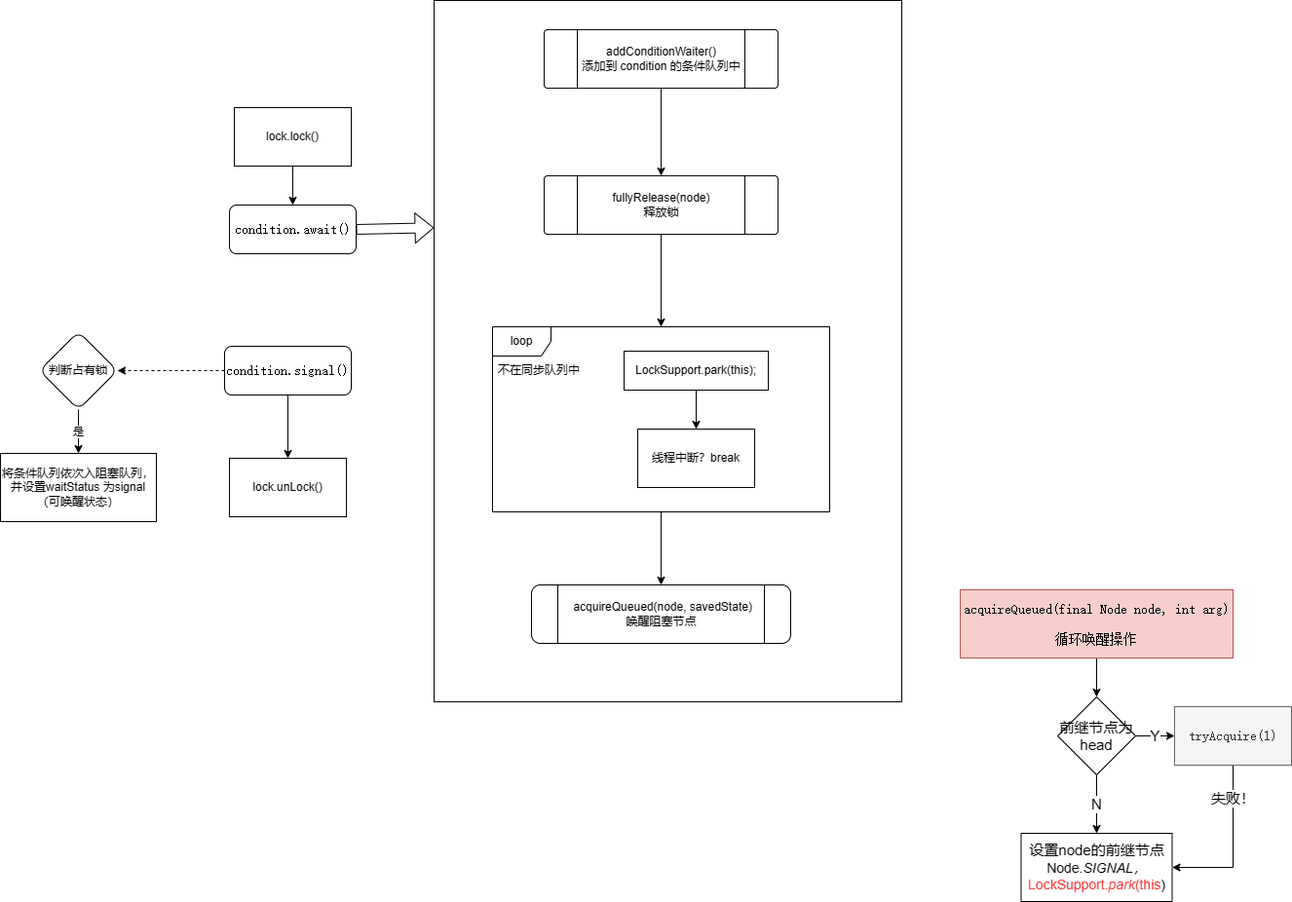
Before: my/AQS-条件队列.png, a diagram exported from draw.io (212802liu/iodraw-files). Source tidied: cells renumbered, new cells last; positions are measured from the earlier drawing's top-left corner, leaving out a move shared by most shapes.
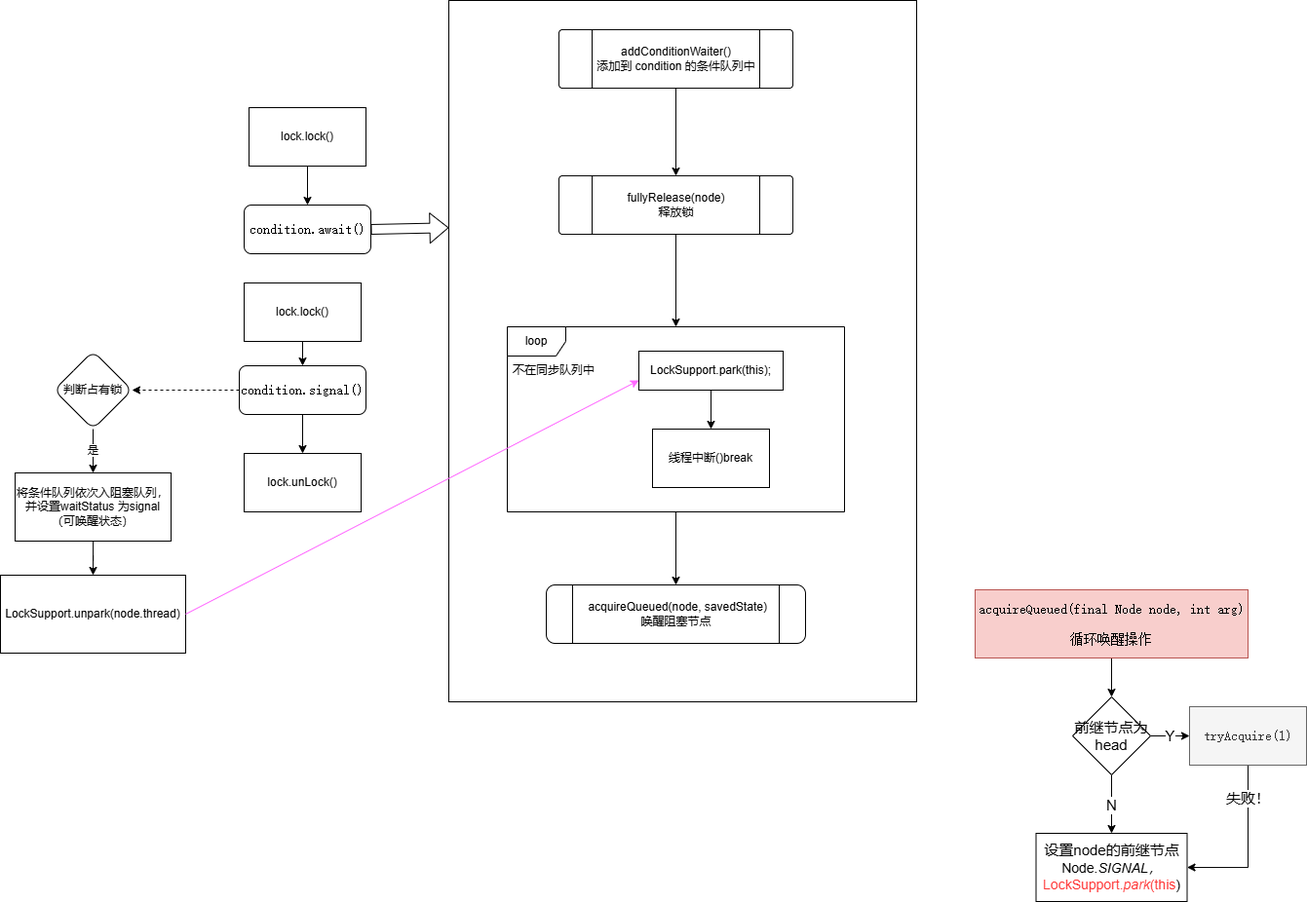
The same diagram one commit later.

Commit message:
条件队列修改

Diff of the diagram source:
```diff
@@ -32,7 +32,7 @@
     <mxCell id="11" value="LockSupport.park(this);" style="rounded=0;whiteSpace=wrap;html=1;" parent="1" vertex="1">
       <mxGeometry x="640" y="360" width="148" height="40" as="geometry" />
     </mxCell>
-    <mxCell id="12" value="线程中断？break" style="rounded=0;whiteSpace=wrap;html=1;" parent="1" vertex="1">
+    <mxCell id="12" value="线程中断()break" style="rounded=0;whiteSpace=wrap;html=1;" parent="1" vertex="1">
       <mxGeometry x="654" y="440" width="120" height="60" as="geometry" />
     </mxCell>
     <mxCell id="13" value="不在同步队列中" style="text;html=1;strokeColor=none;fillColor=none;align=center;verticalAlign=middle;whiteSpace=wrap;rounded=0;" parent="1" vertex="1">
@@ -75,16 +75,19 @@
       <mxGeometry relative="1" as="geometry" />
     </mxCell>
     <mxCell id="26" value="&lt;div style=&quot;font-family: &amp;#34;jetbrains mono&amp;#34; , monospace ; font-size: 10.5pt&quot;&gt;&lt;pre&gt;condition.signal()&lt;/pre&gt;&lt;/div&gt;" style="rounded=1;whiteSpace=wrap;html=1;labelBackgroundColor=none;" parent="1" vertex="1">
-      <mxGeometry x="230" y="355" width="130" height="50" as="geometry" />
+      <mxGeometry x="230" y="375" width="130" height="50" as="geometry" />
     </mxCell>
     <mxCell id="27" value="是" style="edgeStyle=orthogonalEdgeStyle;rounded=0;jettySize=auto;html=1;entryX=0.5;entryY=0;entryDx=0;entryDy=0;fontColor=#000000;" parent="1" edge="1" source="28" target="29">
       <mxGeometry relative="1" as="geometry" />
     </mxCell>
     <mxCell id="28" value="判断占有锁" style="rhombus;whiteSpace=wrap;html=1;rounded=1;" parent="1" vertex="1">
-      <mxGeometry x="40" y="340" width="80" height="80" as="geometry" />
+      <mxGeometry x="40" y="360" width="80" height="80" as="geometry" />
     </mxCell>
+    <mxCell id="34" style="edgeStyle=orthogonalEdgeStyle;rounded=0;jettySize=auto;html=1;entryX=0.5;entryY=0;entryDx=0;entryDy=0;" parent="1" edge="1" source="29" target="35">
+      <mxGeometry relative="1" as="geometry" />
+    </mxCell>
     <mxCell id="29" value="将条件队列依次入阻塞队列，并设置waitStatus 为signal（可唤醒状态）" style="rounded=0;whiteSpace=wrap;html=1;" parent="1" vertex="1">
-      <mxGeometry y="465" width="160" height="70" as="geometry" />
+      <mxGeometry y="485" width="160" height="70" as="geometry" />
     </mxCell>
     <mxCell id="30" style="edgeStyle=orthogonalEdgeStyle;rounded=0;jettySize=auto;html=1;entryX=0.5;entryY=0;entryDx=0;entryDy=0;fontColor=#000000;" parent="1" edge="1" source="31" target="3">
       <mxGeometry relative="1" as="geometry" />
@@ -93,10 +96,22 @@
       <mxGeometry x="240" y="110" width="120" height="60" as="geometry" />
     </mxCell>
     <mxCell id="32" value="lock.unLock()" style="rounded=0;whiteSpace=wrap;html=1;" parent="1" vertex="1">
-      <mxGeometry x="235" y="470" width="120" height="60" as="geometry" />
+      <mxGeometry x="235" y="465" width="120" height="60" as="geometry" />
     </mxCell>
     <mxCell id="33" style="shape=flexArrow;endArrow=classic;html=1;fontColor=#000000;exitX=1;exitY=0.5;exitDx=0;exitDy=0;entryX=0;entryY=0.324;entryDx=0;entryDy=0;entryPerimeter=0;" parent="1" edge="1" source="3" target="2">
       <mxGeometry relative="1" as="geometry" />
     </mxCell>
+    <mxCell id="35" value="LockSupport.unpark(node.thread)" style="rounded=0;whiteSpace=wrap;html=1;" parent="1" vertex="1">
+      <mxGeometry x="-15" y="590" width="190" height="80" as="geometry" />
+    </mxCell>
+    <mxCell id="36" style="edgeStyle=orthogonalEdgeStyle;rounded=0;jettySize=auto;html=1;entryX=0.5;entryY=0;entryDx=0;entryDy=0;" parent="1" edge="1" source="37" target="26">
+      <mxGeometry relative="1" as="geometry" />
+    </mxCell>
+    <mxCell id="37" value="lock.lock()" style="rounded=0;whiteSpace=wrap;html=1;" parent="1" vertex="1">
+      <mxGeometry x="235" y="290" width="120" height="60" as="geometry" />
+    </mxCell>
+    <mxCell id="38" style="endArrow=classic;html=1;rounded=0;strokeColor=#FF66FF;exitX=1;exitY=0.5;exitDx=0;exitDy=0;entryX=0;entryY=0.75;entryDx=0;entryDy=0;" parent="1" edge="1" source="35" target="11">
+      <mxGeometry relative="1" as="geometry" />
+    </mxCell>
   </root>
 </mxGraphModel>
```
